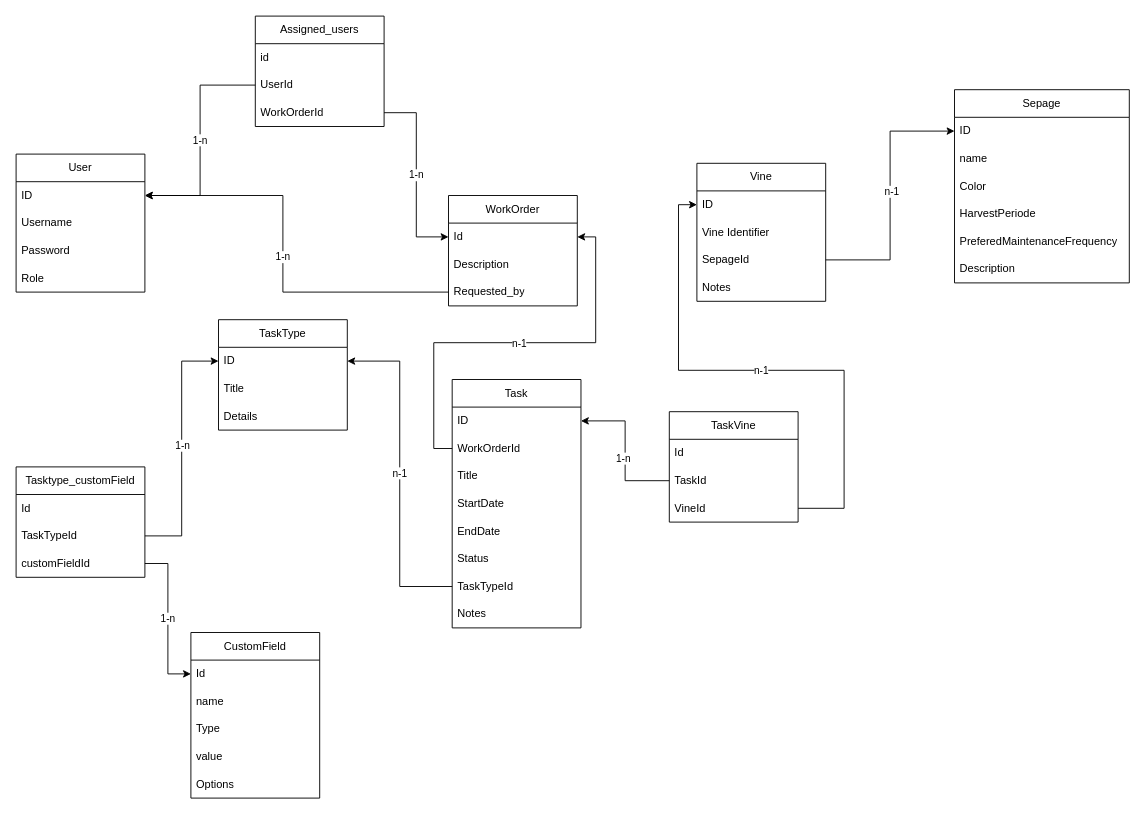
Earlier version of the draw.io diagram doc/diagram/Object-structure.drawio (TheVannysher/RavenhillSoftware). Source tidied: cells renumbered, new cells numbered last; positions are measured from the earlier drawing's top-left corner, leaving out a move shared by most shapes. Both pictures are drawn from the tidied source at 92%, with x=0, y=0 at pixel (16, 16).
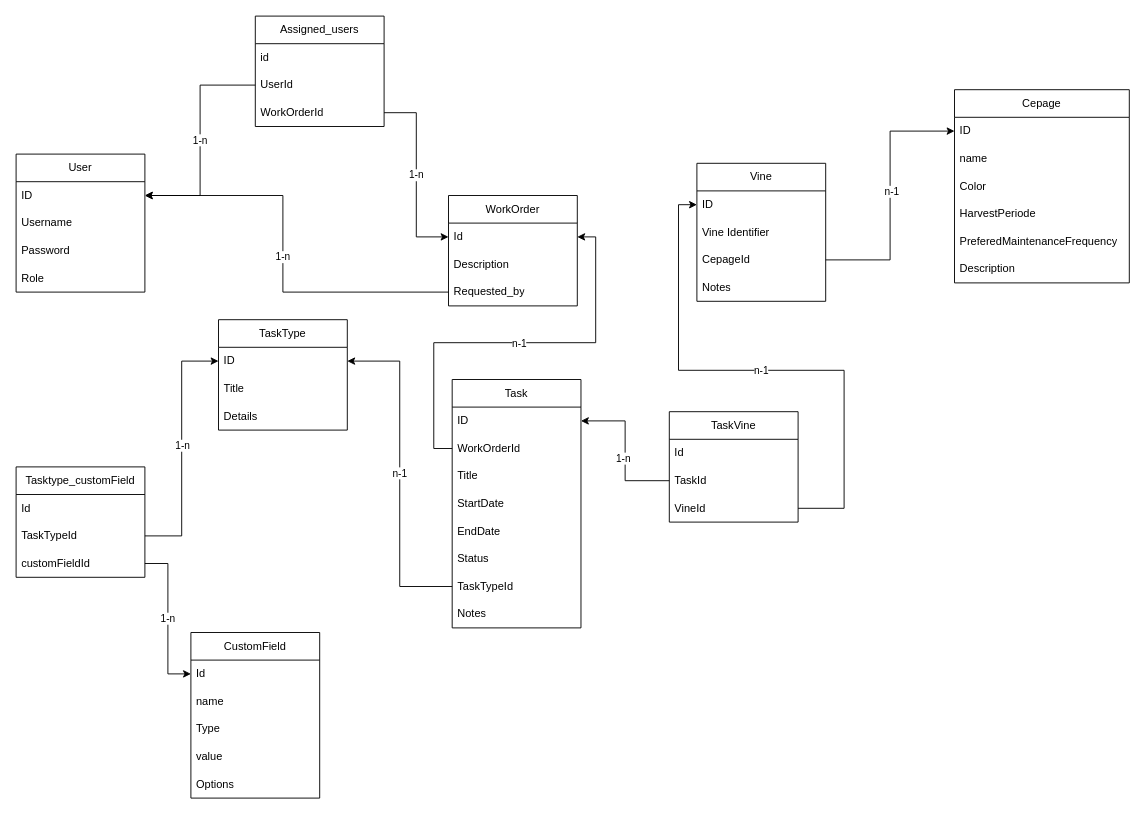
The same page after the edit.

The change refers to these unchanged cells:
```xml
<mxCell id="2" value="Vine" style="swimlane;fontStyle=0;horizontal=1;startSize=30;whiteSpace=wrap;html=1;" parent="1" vertex="1">
  <mxGeometry x="740" y="160" width="140" height="150" as="geometry" />
</mxCell>
```

The edit, as a diff of the source:
```diff
@@
-    <mxCell id="5" value="SepageId" style="text;strokeColor=none;fillColor=none;align=left;verticalAlign=middle;spacingLeft=4;spacingRight=4;overflow=hidden;points=[[0,0.5],[1,0.5]];portConstraint=eastwest;whiteSpace=wrap;html=1;" parent="2" vertex="1">
+    <mxCell id="5" value="CepageId" style="text;strokeColor=none;fillColor=none;align=left;verticalAlign=middle;spacingLeft=4;spacingRight=4;overflow=hidden;points=[[0,0.5],[1,0.5]];portConstraint=eastwest;whiteSpace=wrap;html=1;" parent="2" vertex="1">
       <mxGeometry y="90" width="140" height="30" as="geometry" />
     </mxCell>
@@
-    <mxCell id="59" value="Sepage" style="swimlane;fontStyle=0;horizontal=1;startSize=30;whiteSpace=wrap;html=1;" parent="1" vertex="1">
+    <mxCell id="59" value="Cepage" style="swimlane;fontStyle=0;horizontal=1;startSize=30;whiteSpace=wrap;html=1;" parent="1" vertex="1">
       <mxGeometry x="1020" y="80" width="190" height="210" as="geometry" />
     </mxCell>
```
